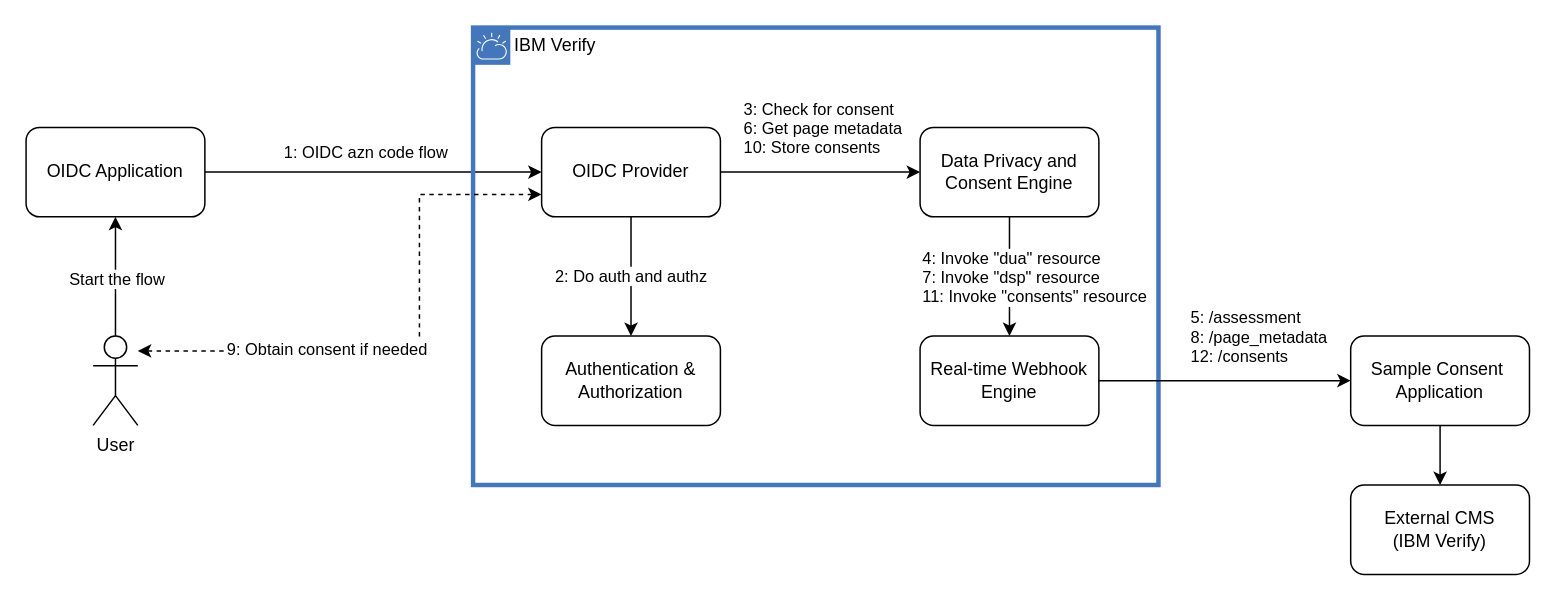
Before: configuring-verify/External consent provider.drawio in vivshankar/consent-app-sample, a draw.io diagram. Source tidied: cells renumbered, new cells numbered last; positions are measured from the earlier drawing's top-left corner, leaving out a move shared by most shapes. Both pictures are drawn from the tidied source at 149%, with x=0, y=0 at pixel (25, 27).
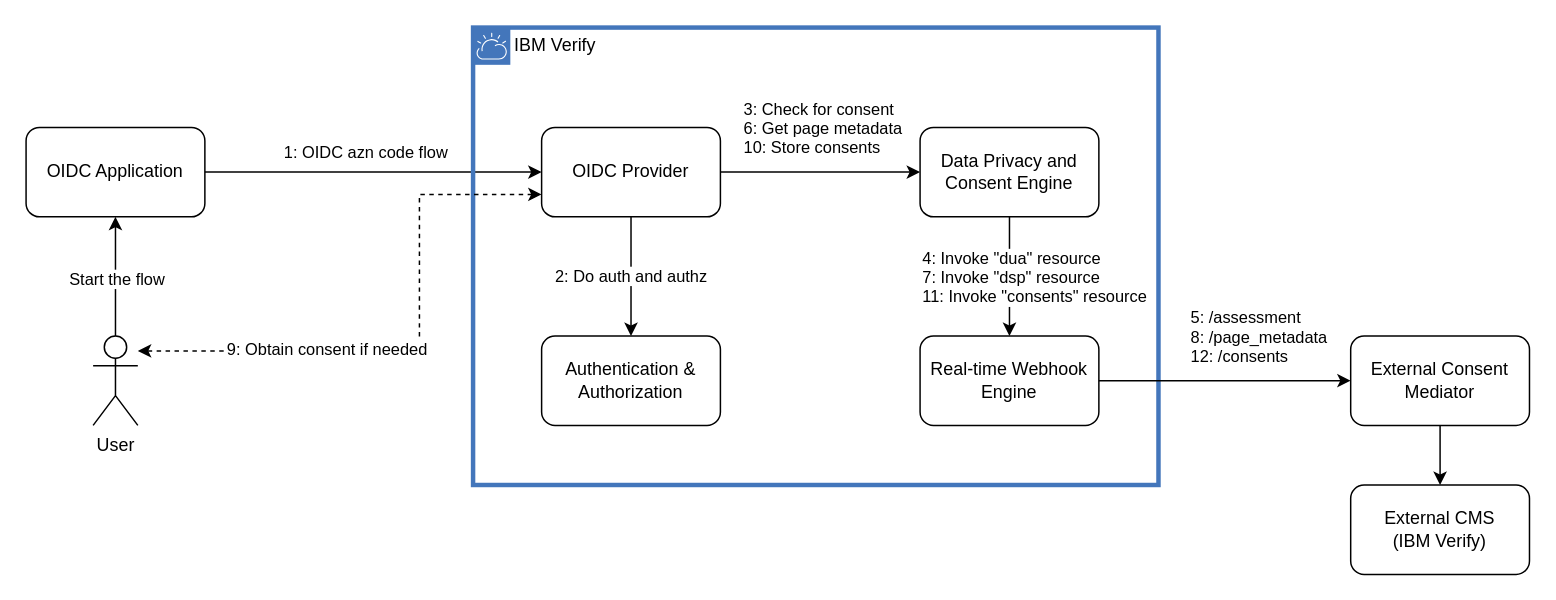
The same diagram, later.

Commit message (it also covers changes not shown here):
doc: update documentation with new app name

Change to the diagram source:
```diff
@@
-    <mxCell id="16" value="Sample Consent&amp;nbsp;&lt;div&gt;Application&lt;/div&gt;" style="rounded=1;whiteSpace=wrap;html=1;" parent="1" vertex="1">
+    <mxCell id="16" value="External Consent Mediator" style="rounded=1;whiteSpace=wrap;html=1;" parent="1" vertex="1">
       <mxGeometry x="889" y="207" width="120" height="60" as="geometry" />
     </mxCell>
```
